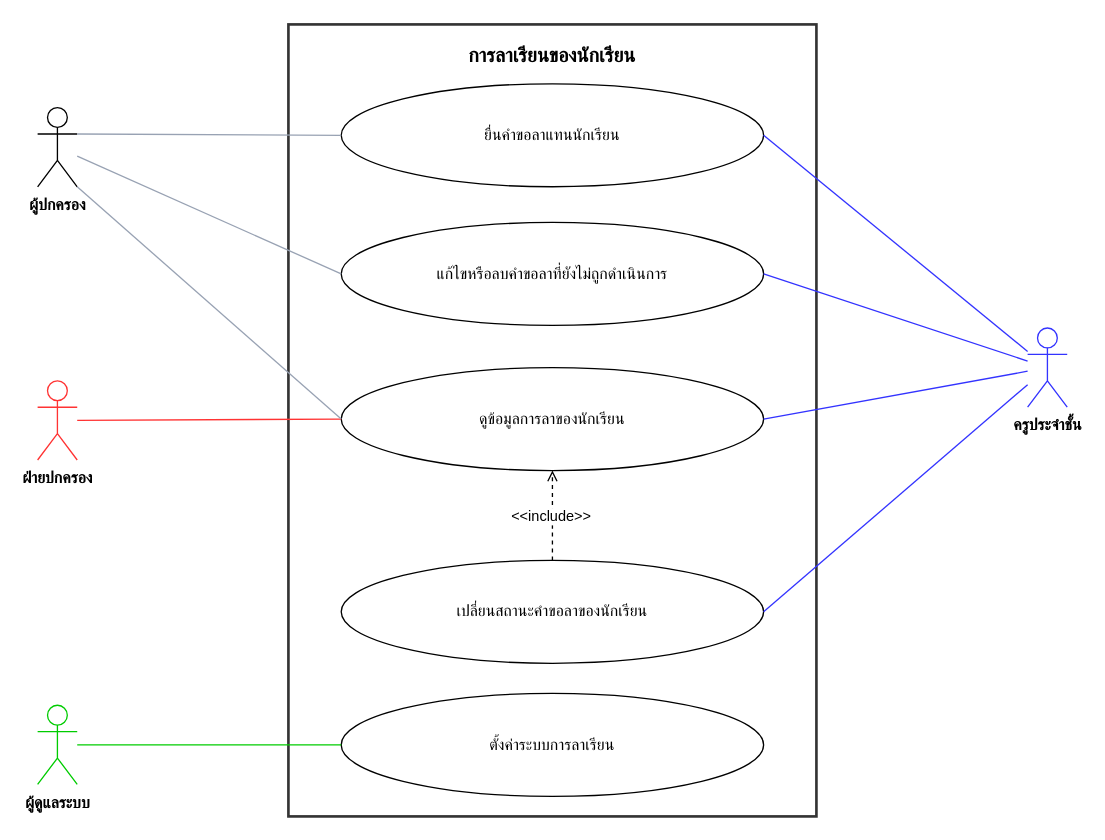
RealTiraqmisu/SchoolDark keeps this draw.io diagram as page "การลาเรียนของนักเรียน" (5 of 6) of materials/doc/usecase-care.drawio. Above is the earlier version. Source tidied: cells renumbered, new cells numbered last; positions are measured from the earlier drawing's top-left corner, leaving out a move shared by most shapes. Both pictures are drawn from the tidied source at 132%, with x=0, y=0 at pixel (37, 24).
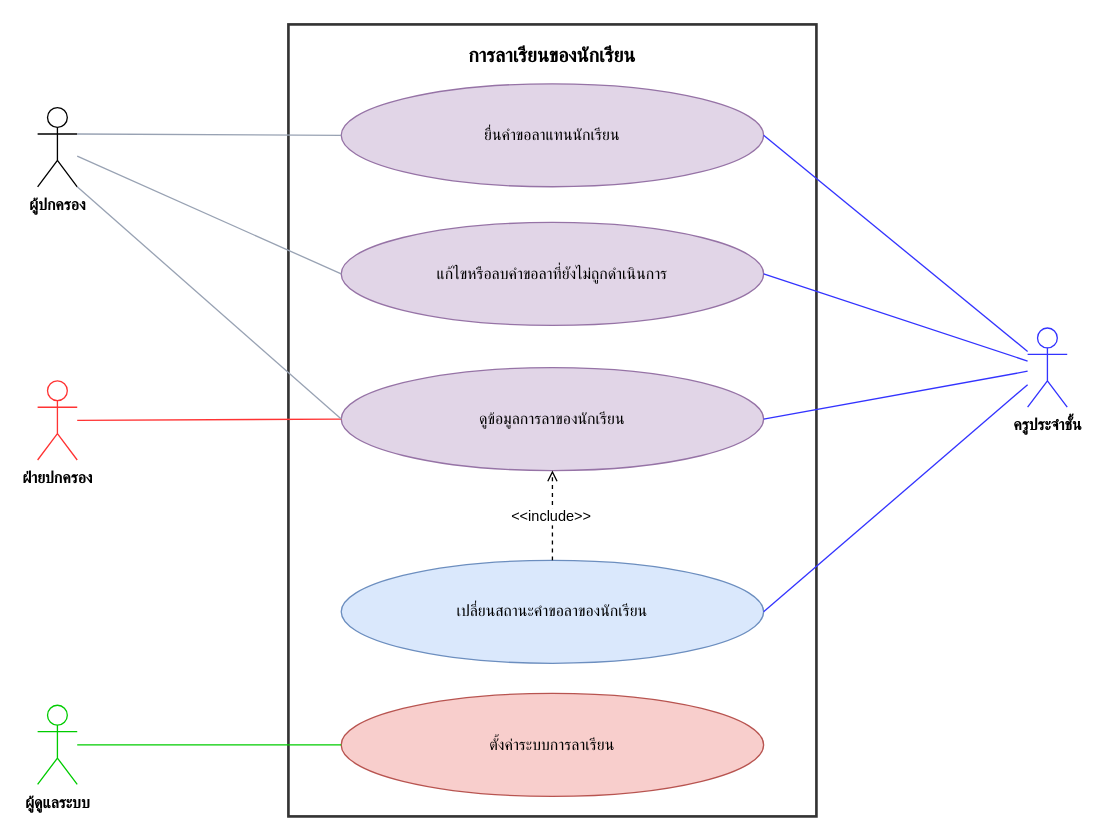
The same page after the edit.

Diff of the diagram source:
```diff
@@
-    <mxCell id="3" value="ยื่นคำขอลาแทนนักเรียน" style="ellipse;whiteSpace=wrap;html=1;fontSize=12;spacing=10;" parent="1" vertex="1">
+    <mxCell id="3" value="ยื่นคำขอลาแทนนักเรียน" style="ellipse;whiteSpace=wrap;html=1;fontSize=12;spacing=10;fillColor=#e1d5e7;strokeColor=#9673a6;" parent="1" vertex="1">
       <mxGeometry x="230" y="45" width="320" height="78" as="geometry" />
     </mxCell>
-    <mxCell id="4" value="แก้ไขหรือลบคำขอลาที่ยังไม่ถูกดำเนินการ" style="ellipse;whiteSpace=wrap;html=1;fontSize=12;spacing=10;" parent="1" vertex="1">
+    <mxCell id="4" value="แก้ไขหรือลบคำขอลาที่ยังไม่ถูกดำเนินการ" style="ellipse;whiteSpace=wrap;html=1;fontSize=12;spacing=10;fillColor=#e1d5e7;strokeColor=#9673a6;" parent="1" vertex="1">
       <mxGeometry x="230" y="150" width="320" height="78" as="geometry" />
     </mxCell>
-    <mxCell id="5" value="&lt;span style=&quot;scrollbar-color: rgba(168, 169, 170, 0.52) rgb(18, 19, 20); color: rgb(0, 0, 0);&quot;&gt;เปลี่ยนสถานะ&lt;/span&gt;&lt;span style=&quot;scrollbar-color: rgba(168, 169, 170, 0.52) rgb(18, 19, 20); color: rgb(0, 0, 0);&quot;&gt;คำขอ&lt;/span&gt;&lt;span style=&quot;color: rgb(0, 0, 0);&quot;&gt;ลาของนักเรียน&lt;/span&gt;" style="ellipse;whiteSpace=wrap;html=1;fontSize=12;spacing=10;" parent="1" vertex="1">
+    <mxCell id="5" value="&lt;span style=&quot;scrollbar-color: rgba(168, 169, 170, 0.52) rgb(18, 19, 20); color: rgb(0, 0, 0);&quot;&gt;เปลี่ยนสถานะ&lt;/span&gt;&lt;span style=&quot;scrollbar-color: rgba(168, 169, 170, 0.52) rgb(18, 19, 20); color: rgb(0, 0, 0);&quot;&gt;คำขอ&lt;/span&gt;&lt;span style=&quot;color: rgb(0, 0, 0);&quot;&gt;ลาของนักเรียน&lt;/span&gt;" style="ellipse;whiteSpace=wrap;html=1;fontSize=12;spacing=10;fillColor=#dae8fc;strokeColor=#6c8ebf;" parent="1" vertex="1">
       <mxGeometry x="230" y="406" width="320" height="78" as="geometry" />
     </mxCell>
-    <mxCell id="6" value="ดูข้อมูลการลาของนักเรียน" style="ellipse;whiteSpace=wrap;html=1;fontSize=12;spacing=10;" parent="1" vertex="1">
+    <mxCell id="6" value="ดูข้อมูลการลาของนักเรียน" style="ellipse;whiteSpace=wrap;html=1;fontSize=12;spacing=10;fillColor=#e1d5e7;strokeColor=#9673a6;" parent="1" vertex="1">
       <mxGeometry x="230" y="260" width="320" height="78" as="geometry" />
     </mxCell>
-    <mxCell id="7" value="ตั้งค่าระบบการลาเรียน" style="ellipse;whiteSpace=wrap;html=1;fontSize=12;spacing=10;" parent="1" vertex="1">
+    <mxCell id="7" value="ตั้งค่าระบบการลาเรียน" style="ellipse;whiteSpace=wrap;html=1;fontSize=12;spacing=10;fillColor=#f8cecc;strokeColor=#b85450;" parent="1" vertex="1">
       <mxGeometry x="230" y="506.8" width="320" height="78" as="geometry" />
     </mxCell>
```
